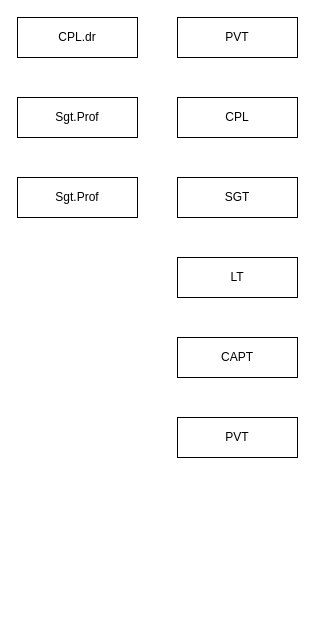
Earlier version of the draw.io diagram Note Project Core/Propia Shelter/Rank Shelter.drawio (maulanaaghnii/propia). Source tidied: cells renumbered, new cells numbered last; positions are measured from the earlier drawing's top-left corner, leaving out a move shared by most shapes. Both pictures are drawn from the tidied source at 100%, with x=0, y=0 at pixel (17, 17).
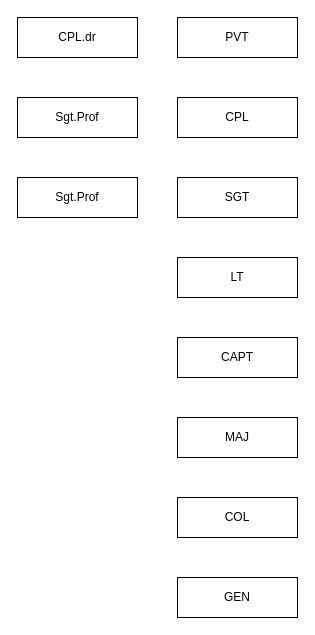
After the change.

Diff of the diagram source:
```diff
@@
 <mxGraphModel>
   <root>
     <mxCell id="0" />
     <mxCell id="1" parent="0" />
     <mxCell id="2" value="CPL.dr" style="rounded=0;whiteSpace=wrap;html=1;" parent="1" vertex="1">
       <mxGeometry width="120" height="40" as="geometry" />
     </mxCell>
     <mxCell id="3" value="Sgt.Prof" style="rounded=0;whiteSpace=wrap;html=1;" parent="1" vertex="1">
       <mxGeometry y="80" width="120" height="40" as="geometry" />
     </mxCell>
     <mxCell id="4" value="Sgt.Prof" style="rounded=0;whiteSpace=wrap;html=1;" parent="1" vertex="1">
       <mxGeometry y="160" width="120" height="40" as="geometry" />
     </mxCell>
     <mxCell id="5" value="PVT" style="rounded=0;whiteSpace=wrap;html=1;" parent="1" vertex="1">
       <mxGeometry x="160" width="120" height="40" as="geometry" />
     </mxCell>
     <mxCell id="6" value="CPL" style="rounded=0;whiteSpace=wrap;html=1;" parent="1" vertex="1">
       <mxGeometry x="160" y="80" width="120" height="40" as="geometry" />
     </mxCell>
-    <mxCell id="7" value="PVT" style="rounded=0;whiteSpace=wrap;html=1;" parent="1" vertex="1">
+    <mxCell id="7" value="MAJ" style="rounded=0;whiteSpace=wrap;html=1;" parent="1" vertex="1">
       <mxGeometry x="160" y="400" width="120" height="40" as="geometry" />
     </mxCell>
     <mxCell id="8" value="CAPT" style="rounded=0;whiteSpace=wrap;html=1;" parent="1" vertex="1">
       <mxGeometry x="160" y="320" width="120" height="40" as="geometry" />
     </mxCell>
     <mxCell id="9" value="LT" style="rounded=0;whiteSpace=wrap;html=1;" parent="1" vertex="1">
       <mxGeometry x="160" y="240" width="120" height="40" as="geometry" />
     </mxCell>
     <mxCell id="10" value="SGT" style="rounded=0;whiteSpace=wrap;html=1;" parent="1" vertex="1">
       <mxGeometry x="160" y="160" width="120" height="40" as="geometry" />
     </mxCell>
+    <mxCell id="11" value="COL" style="rounded=0;whiteSpace=wrap;html=1;" parent="1" vertex="1">
+      <mxGeometry x="160" y="480" width="120" height="40" as="geometry" />
+    </mxCell>
+    <mxCell id="12" value="GEN" style="rounded=0;whiteSpace=wrap;html=1;" parent="1" vertex="1">
+      <mxGeometry x="160" y="560" width="120" height="40" as="geometry" />
+    </mxCell>
   </root>
 </mxGraphModel>
```
